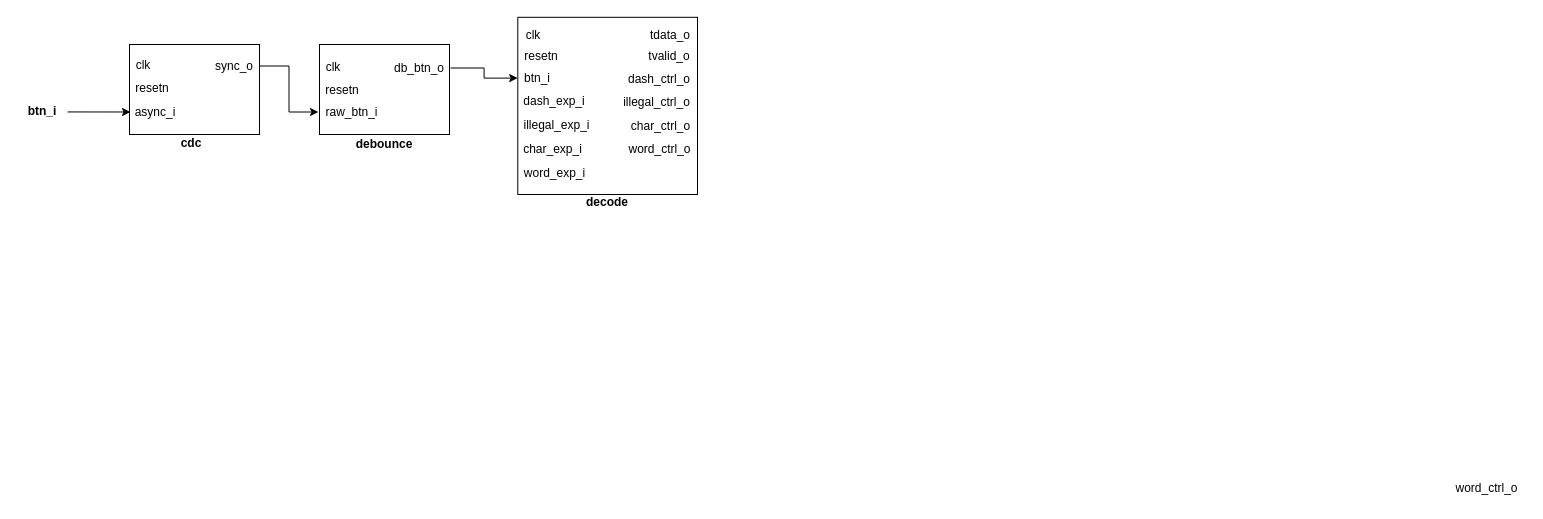
The draw.io diagram docs/morse_decoder_top.drawio in WongFoo001/morse_decoder, before the edit. Source tidied: cells renumbered, new cells numbered last; positions are measured from the earlier drawing's top-left corner, leaving out a move shared by most shapes. Both pictures are drawn from the tidied source at 100%, with x=0, y=0 at pixel (17, 17).
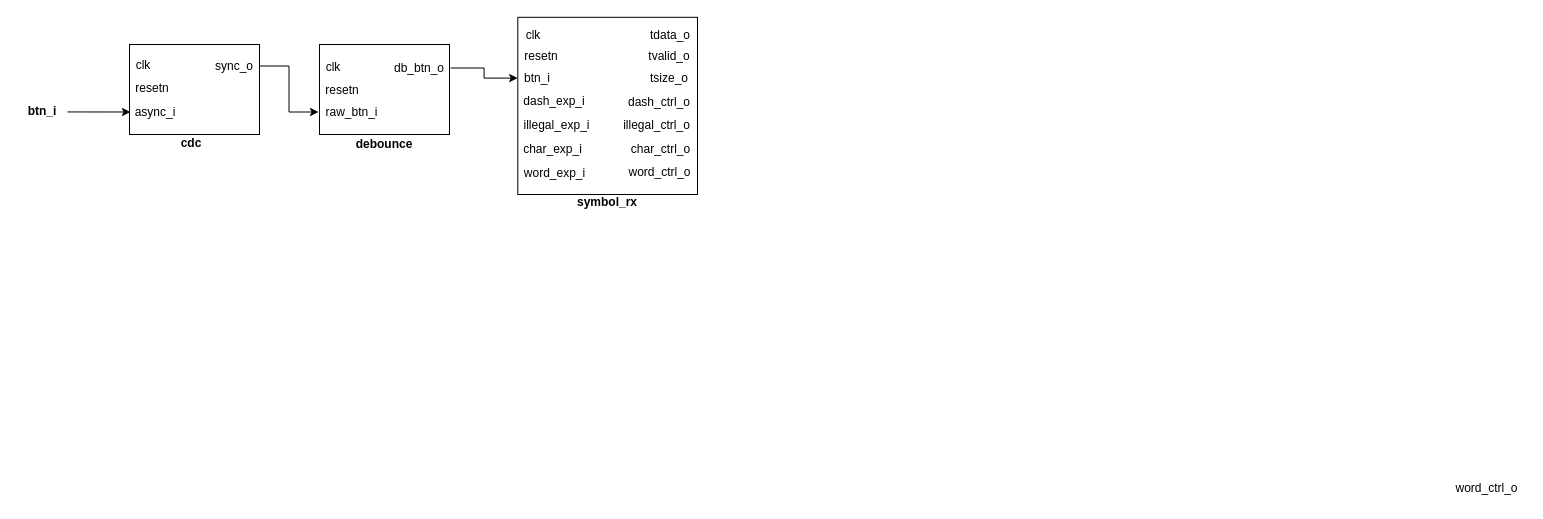
The same page after the edit.

Commit message (it also covers changes not shown here):
conceptual design for symbol_rx is complete, block diagram created. Ready for RTL implementation.

Change to the diagram source:
```diff
@@
-    <mxCell id="16" value="&lt;b&gt;decode&lt;/b&gt;" style="text;html=1;align=center;verticalAlign=middle;whiteSpace=wrap;rounded=0;" parent="1" vertex="1">
+    <mxCell id="16" value="&lt;b&gt;symbol_rx&lt;/b&gt;" style="text;html=1;align=center;verticalAlign=middle;whiteSpace=wrap;rounded=0;" parent="1" vertex="1">
       <mxGeometry x="555.1" y="172.5" width="70" height="25.7" as="geometry" />
     </mxCell>
@@
     <mxCell id="19" value="dash_ctrl_o" style="text;html=1;align=center;verticalAlign=middle;whiteSpace=wrap;rounded=0;fontStyle=0;" parent="1" vertex="1">
-      <mxGeometry x="607.1" y="48.6" width="69.9" height="27.3" as="geometry" />
+      <mxGeometry x="607.1" y="71.6" width="69.9" height="27.3" as="geometry" />
     </mxCell>
     <mxCell id="20" value="illegal_ctrl_o" style="text;html=1;align=center;verticalAlign=middle;whiteSpace=wrap;rounded=0;fontStyle=0;" parent="1" vertex="1">
-      <mxGeometry x="600" y="71.5" width="79" height="27.3" as="geometry" />
+      <mxGeometry x="600" y="94.5" width="79" height="27.3" as="geometry" />
     </mxCell>
     <mxCell id="21" value="char_ctrl_o" style="text;html=1;align=center;verticalAlign=middle;whiteSpace=wrap;rounded=0;fontStyle=0;" parent="1" vertex="1">
-      <mxGeometry x="604" y="95.8" width="79" height="27.3" as="geometry" />
+      <mxGeometry x="604" y="118.8" width="79" height="27.3" as="geometry" />
     </mxCell>
@@
     <mxCell id="35" value="word_ctrl_o" style="text;html=1;align=center;verticalAlign=middle;whiteSpace=wrap;rounded=0;fontStyle=0;" parent="1" vertex="1">
-      <mxGeometry x="603" y="118.4" width="79" height="27.3" as="geometry" />
+      <mxGeometry x="603" y="141.4" width="79" height="27.3" as="geometry" />
     </mxCell>
+    <mxCell id="36" value="tsize_o" style="text;html=1;align=center;verticalAlign=middle;whiteSpace=wrap;rounded=0;fontStyle=0;" parent="1" vertex="1">
+      <mxGeometry x="617.1" y="47.7" width="69.9" height="27.3" as="geometry" />
+    </mxCell>
```
